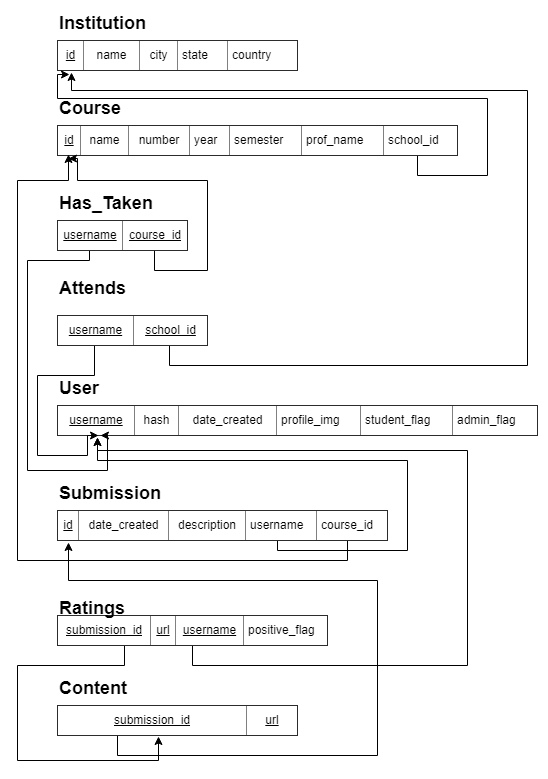
The draw.io diagram Relation_Set.png in Thomas-McKanna/CourseBin, before a commit. Source tidied: cells renumbered, new cells last; positions are measured from the earlier drawing's top-left corner, leaving out a move shared by most shapes.
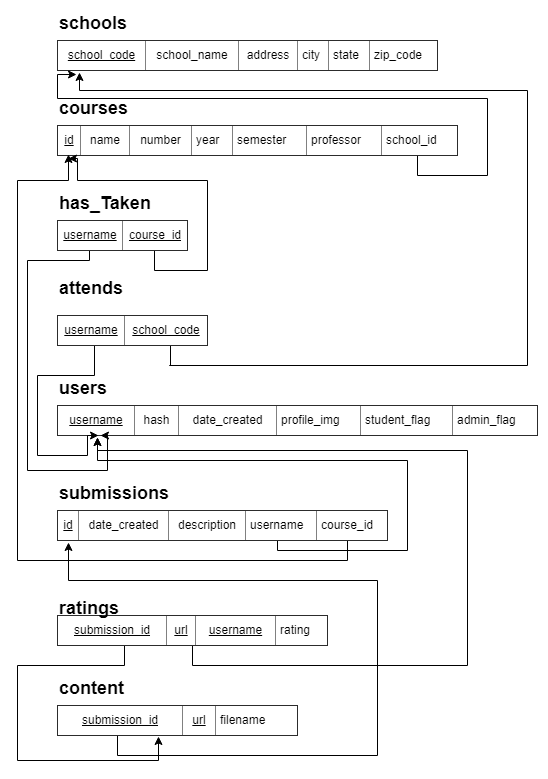
Later version of the same file.

Commit message:
Updated set of relations picture.

Change to the diagram source:
```diff
@@ -2,8 +2,8 @@
   <root>
     <mxCell id="0" />
     <mxCell id="1" parent="0" />
-    <mxCell id="2" value="&lt;table border=&quot;1&quot; width=&quot;100%&quot; style=&quot;width: 100% ; height: 100% ; border-collapse: collapse&quot; cellpadding=&quot;4&quot; align=&quot;center&quot;&gt;&lt;tbody&gt;&lt;tr&gt;&lt;td align=&quot;center&quot;&gt;&lt;u&gt;id&lt;/u&gt;&lt;/td&gt;&lt;td align=&quot;center&quot;&gt;name&lt;/td&gt;&lt;td align=&quot;center&quot;&gt;city&lt;/td&gt;&lt;td&gt;state&lt;/td&gt;&lt;td&gt;country&lt;/td&gt;&lt;/tr&gt;&lt;/tbody&gt;&lt;/table&gt;" style="text;html=1;strokeColor=none;fillColor=none;overflow=fill;" parent="1" vertex="1">
-      <mxGeometry x="40" y="30" width="240" height="30" as="geometry" />
+    <mxCell id="2" value="&lt;table border=&quot;1&quot; width=&quot;100%&quot; style=&quot;width: 100% ; height: 100% ; border-collapse: collapse&quot; cellpadding=&quot;4&quot; align=&quot;center&quot;&gt;&lt;tbody&gt;&lt;tr&gt;&lt;td align=&quot;center&quot;&gt;&lt;u&gt;school_code&lt;/u&gt;&lt;/td&gt;&lt;td align=&quot;center&quot;&gt;school_name&lt;/td&gt;&lt;td align=&quot;center&quot;&gt;address&lt;/td&gt;&lt;td&gt;city&lt;/td&gt;&lt;td&gt;state&lt;/td&gt;&lt;td&gt;zip_code&lt;/td&gt;&lt;/tr&gt;&lt;/tbody&gt;&lt;/table&gt;" style="text;html=1;strokeColor=none;fillColor=none;overflow=fill;" parent="1" vertex="1">
+      <mxGeometry x="40" y="30" width="380" height="30" as="geometry" />
     </mxCell>
     <mxCell id="3" style="edgeStyle=orthogonalEdgeStyle;rounded=0;jettySize=auto;html=1;exitX=0.75;exitY=1;exitDx=0;exitDy=0;entryX=0.051;entryY=1.122;entryDx=0;entryDy=0;entryPerimeter=0;" parent="1" edge="1" source="4" target="2">
       <mxGeometry relative="1" as="geometry">
@@ -17,19 +17,19 @@
         </Array>
       </mxGeometry>
     </mxCell>
-    <mxCell id="4" value="&lt;table border=&quot;1&quot; width=&quot;100%&quot; style=&quot;width: 100% ; height: 100% ; border-collapse: collapse&quot; cellpadding=&quot;4&quot; align=&quot;center&quot;&gt;&lt;tbody&gt;&lt;tr&gt;&lt;td align=&quot;center&quot;&gt;&lt;u&gt;id&lt;/u&gt;&lt;/td&gt;&lt;td align=&quot;center&quot;&gt;name&lt;/td&gt;&lt;td align=&quot;center&quot;&gt;number&lt;/td&gt;&lt;td&gt;year&lt;/td&gt;&lt;td&gt;semester&lt;/td&gt;&lt;td&gt;prof_name&lt;/td&gt;&lt;td&gt;school_id&lt;/td&gt;&lt;/tr&gt;&lt;/tbody&gt;&lt;/table&gt;" style="text;html=1;strokeColor=none;fillColor=none;overflow=fill;" parent="1" vertex="1">
+    <mxCell id="4" value="&lt;table border=&quot;1&quot; width=&quot;100%&quot; style=&quot;width: 100% ; height: 100% ; border-collapse: collapse&quot; cellpadding=&quot;4&quot; align=&quot;center&quot;&gt;&lt;tbody&gt;&lt;tr&gt;&lt;td align=&quot;center&quot;&gt;&lt;u&gt;id&lt;/u&gt;&lt;/td&gt;&lt;td align=&quot;center&quot;&gt;name&lt;/td&gt;&lt;td align=&quot;center&quot;&gt;number&lt;/td&gt;&lt;td&gt;year&lt;/td&gt;&lt;td&gt;semester&lt;/td&gt;&lt;td&gt;professor&lt;/td&gt;&lt;td&gt;school_id&lt;/td&gt;&lt;/tr&gt;&lt;/tbody&gt;&lt;/table&gt;" style="text;html=1;strokeColor=none;fillColor=none;overflow=fill;" parent="1" vertex="1">
       <mxGeometry x="40" y="115" width="400" height="30" as="geometry" />
     </mxCell>
-    <mxCell id="5" value="&lt;b&gt;&lt;font style=&quot;font-size: 18px&quot;&gt;Institution&lt;/font&gt;&lt;/b&gt;" style="text;html=1;align=left;verticalAlign=top;spacingTop=-4;" parent="1" vertex="1">
-      <mxGeometry x="40" width="100" height="20" as="geometry" />
+    <mxCell id="5" value="&lt;b&gt;&lt;font style=&quot;font-size: 18px&quot;&gt;schools&lt;/font&gt;&lt;/b&gt;" style="text;html=1;align=left;verticalAlign=top;spacingTop=-4;" parent="1" vertex="1">
+      <mxGeometry x="40" width="80" height="20" as="geometry" />
     </mxCell>
-    <mxCell id="6" value="&lt;b&gt;&lt;font style=&quot;font-size: 18px&quot;&gt;Course&lt;/font&gt;&lt;/b&gt;" style="text;html=1;align=left;verticalAlign=top;spacingTop=-4;" parent="1" vertex="1">
+    <mxCell id="6" value="&lt;b&gt;&lt;font style=&quot;font-size: 18px&quot;&gt;courses&lt;/font&gt;&lt;/b&gt;" style="text;html=1;align=left;verticalAlign=top;spacingTop=-4;" parent="1" vertex="1">
       <mxGeometry x="40" y="85" width="80" height="20" as="geometry" />
     </mxCell>
     <mxCell id="7" value="&lt;table border=&quot;1&quot; width=&quot;100%&quot; style=&quot;width: 100% ; height: 100% ; border-collapse: collapse&quot; cellpadding=&quot;4&quot; align=&quot;center&quot;&gt;&lt;tbody&gt;&lt;tr&gt;&lt;td align=&quot;center&quot;&gt;&lt;u&gt;username&lt;/u&gt;&lt;/td&gt;&lt;td align=&quot;center&quot;&gt;hash&lt;/td&gt;&lt;td align=&quot;center&quot;&gt;date_created&lt;br&gt;&lt;/td&gt;&lt;td&gt;profile_img&lt;br&gt;&lt;/td&gt;&lt;td&gt;student_flag&lt;/td&gt;&lt;td&gt;admin_flag&lt;/td&gt;&lt;/tr&gt;&lt;/tbody&gt;&lt;/table&gt;" style="text;html=1;strokeColor=none;fillColor=none;overflow=fill;" parent="1" vertex="1">
       <mxGeometry x="40" y="395" width="480" height="30" as="geometry" />
     </mxCell>
-    <mxCell id="8" value="&lt;b&gt;&lt;font style=&quot;font-size: 18px&quot;&gt;User&lt;/font&gt;&lt;/b&gt;" style="text;html=1;align=left;verticalAlign=top;spacingTop=-4;" parent="1" vertex="1">
+    <mxCell id="8" value="&lt;b&gt;&lt;font style=&quot;font-size: 18px&quot;&gt;users&lt;/font&gt;&lt;/b&gt;" style="text;html=1;align=left;verticalAlign=top;spacingTop=-4;" parent="1" vertex="1">
       <mxGeometry x="40" y="365" width="60" height="20" as="geometry" />
     </mxCell>
     <mxCell id="9" style="edgeStyle=orthogonalEdgeStyle;rounded=0;jettySize=auto;html=1;exitX=0.75;exitY=1;exitDx=0;exitDy=0;entryX=0.083;entryY=1.069;entryDx=0;entryDy=0;entryPerimeter=0;" parent="1" edge="1" source="11" target="7">
@@ -57,8 +57,8 @@
     <mxCell id="11" value="&lt;table border=&quot;1&quot; width=&quot;100%&quot; style=&quot;width: 100% ; height: 100% ; border-collapse: collapse&quot; cellpadding=&quot;4&quot; align=&quot;center&quot;&gt;&lt;tbody&gt;&lt;tr&gt;&lt;td align=&quot;center&quot;&gt;&lt;u&gt;id&lt;/u&gt;&lt;/td&gt;&lt;td align=&quot;center&quot;&gt;date_created&lt;/td&gt;&lt;td align=&quot;center&quot;&gt;description&lt;/td&gt;&lt;td&gt;username&lt;/td&gt;&lt;td&gt;course_id&lt;/td&gt;&lt;/tr&gt;&lt;/tbody&gt;&lt;/table&gt;&lt;br&gt;" style="text;html=1;strokeColor=none;fillColor=none;overflow=fill;" parent="1" vertex="1">
       <mxGeometry x="40" y="500" width="330" height="30" as="geometry" />
     </mxCell>
-    <mxCell id="12" value="&lt;b&gt;&lt;font style=&quot;font-size: 18px&quot;&gt;Submission&lt;/font&gt;&lt;/b&gt;" style="text;html=1;align=left;verticalAlign=top;spacingTop=-4;" parent="1" vertex="1">
-      <mxGeometry x="40" y="470" width="120" height="20" as="geometry" />
+    <mxCell id="12" value="&lt;b&gt;&lt;font style=&quot;font-size: 18px&quot;&gt;submissions&lt;/font&gt;&lt;/b&gt;" style="text;html=1;align=left;verticalAlign=top;spacingTop=-4;" parent="1" vertex="1">
+      <mxGeometry x="40" y="470" width="130" height="20" as="geometry" />
     </mxCell>
     <mxCell id="13" style="edgeStyle=orthogonalEdgeStyle;rounded=0;jettySize=auto;html=1;exitX=0.25;exitY=1;exitDx=0;exitDy=0;entryX=0.032;entryY=1.067;entryDx=0;entryDy=0;entryPerimeter=0;" parent="1" edge="1" source="14" target="11">
       <mxGeometry relative="1" as="geometry">
@@ -70,10 +70,10 @@
         </Array>
       </mxGeometry>
     </mxCell>
-    <mxCell id="14" value="&lt;table border=&quot;1&quot; width=&quot;100%&quot; style=&quot;width: 100% ; height: 100% ; border-collapse: collapse&quot; cellpadding=&quot;4&quot; align=&quot;center&quot;&gt;&lt;tbody&gt;&lt;tr&gt;&lt;td align=&quot;center&quot;&gt;&lt;u&gt;submission_id&lt;/u&gt;&lt;/td&gt;&lt;td align=&quot;center&quot;&gt;&lt;u&gt;url&lt;/u&gt;&lt;/td&gt;&lt;/tr&gt;&lt;/tbody&gt;&lt;/table&gt;" style="text;html=1;strokeColor=none;fillColor=none;overflow=fill;" parent="1" vertex="1">
+    <mxCell id="14" value="&lt;table border=&quot;1&quot; width=&quot;100%&quot; style=&quot;width: 100% ; height: 100% ; border-collapse: collapse&quot; cellpadding=&quot;4&quot; align=&quot;center&quot;&gt;&lt;tbody&gt;&lt;tr&gt;&lt;td align=&quot;center&quot;&gt;&lt;u&gt;submission_id&lt;/u&gt;&lt;/td&gt;&lt;td align=&quot;center&quot;&gt;&lt;u&gt;url&lt;/u&gt;&lt;/td&gt;&lt;td&gt;filename&lt;/td&gt;&lt;/tr&gt;&lt;/tbody&gt;&lt;/table&gt;" style="text;html=1;strokeColor=none;fillColor=none;overflow=fill;" parent="1" vertex="1">
       <mxGeometry x="40" y="695" width="240" height="30" as="geometry" />
     </mxCell>
-    <mxCell id="15" value="&lt;b&gt;&lt;font style=&quot;font-size: 18px&quot;&gt;Content&lt;/font&gt;&lt;/b&gt;" style="text;html=1;align=left;verticalAlign=top;spacingTop=-4;" parent="1" vertex="1">
+    <mxCell id="15" value="&lt;b&gt;&lt;font style=&quot;font-size: 18px&quot;&gt;content&lt;/font&gt;&lt;/b&gt;" style="text;html=1;align=left;verticalAlign=top;spacingTop=-4;" parent="1" vertex="1">
       <mxGeometry x="40" y="665" width="80" height="20" as="geometry" />
     </mxCell>
     <mxCell id="16" style="edgeStyle=orthogonalEdgeStyle;rounded=0;jettySize=auto;html=1;exitX=0.25;exitY=1;exitDx=0;exitDy=0;entryX=0.422;entryY=1.039;entryDx=0;entryDy=0;entryPerimeter=0;" parent="1" edge="1" source="18" target="14">
@@ -96,10 +96,10 @@
         </Array>
       </mxGeometry>
     </mxCell>
-    <mxCell id="18" value="&lt;table border=&quot;1&quot; width=&quot;100%&quot; style=&quot;width: 100% ; height: 100% ; border-collapse: collapse&quot; cellpadding=&quot;4&quot; align=&quot;center&quot;&gt;&lt;tbody&gt;&lt;tr&gt;&lt;td align=&quot;center&quot;&gt;&lt;u&gt;submission_id&lt;/u&gt;&lt;/td&gt;&lt;td align=&quot;center&quot;&gt;&lt;u&gt;url&lt;/u&gt;&lt;/td&gt;&lt;td align=&quot;center&quot;&gt;&lt;u&gt;username&lt;/u&gt;&lt;/td&gt;&lt;td&gt;positive_flag&lt;/td&gt;&lt;/tr&gt;&lt;/tbody&gt;&lt;/table&gt;" style="text;html=1;strokeColor=none;fillColor=none;overflow=fill;" parent="1" vertex="1">
+    <mxCell id="18" value="&lt;table border=&quot;1&quot; width=&quot;100%&quot; style=&quot;width: 100% ; height: 100% ; border-collapse: collapse&quot; cellpadding=&quot;4&quot; align=&quot;center&quot;&gt;&lt;tbody&gt;&lt;tr&gt;&lt;td align=&quot;center&quot;&gt;&lt;u&gt;submission_id&lt;/u&gt;&lt;/td&gt;&lt;td align=&quot;center&quot;&gt;&lt;u&gt;url&lt;/u&gt;&lt;/td&gt;&lt;td align=&quot;center&quot;&gt;&lt;u&gt;username&lt;/u&gt;&lt;/td&gt;&lt;td&gt;rating&lt;/td&gt;&lt;/tr&gt;&lt;/tbody&gt;&lt;/table&gt;" style="text;html=1;strokeColor=none;fillColor=none;overflow=fill;" parent="1" vertex="1">
       <mxGeometry x="40" y="605" width="270" height="30" as="geometry" />
     </mxCell>
-    <mxCell id="19" value="&lt;b&gt;&lt;font style=&quot;font-size: 18px&quot;&gt;Ratings&lt;/font&gt;&lt;/b&gt;" style="text;html=1;align=left;verticalAlign=top;spacingTop=-4;" parent="1" vertex="1">
+    <mxCell id="19" value="&lt;b&gt;&lt;font style=&quot;font-size: 18px&quot;&gt;ratings&lt;/font&gt;&lt;/b&gt;" style="text;html=1;align=left;verticalAlign=top;spacingTop=-4;" parent="1" vertex="1">
       <mxGeometry x="40" y="585" width="80" height="20" as="geometry" />
     </mxCell>
     <mxCell id="20" style="edgeStyle=orthogonalEdgeStyle;rounded=0;jettySize=auto;html=1;exitX=0.25;exitY=1;exitDx=0;exitDy=0;entryX=0.085;entryY=1;entryDx=0;entryDy=0;entryPerimeter=0;" parent="1" edge="1" source="22" target="7">
@@ -123,10 +123,10 @@
         </Array>
       </mxGeometry>
     </mxCell>
-    <mxCell id="22" value="&lt;table border=&quot;1&quot; width=&quot;100%&quot; style=&quot;width: 100% ; height: 100% ; border-collapse: collapse&quot; cellpadding=&quot;4&quot; align=&quot;center&quot;&gt;&lt;tbody&gt;&lt;tr&gt;&lt;td align=&quot;center&quot;&gt;&lt;u&gt;username&lt;/u&gt;&lt;br&gt;&lt;/td&gt;&lt;td align=&quot;center&quot;&gt;&lt;u&gt;school_id&lt;/u&gt;&lt;/td&gt;&lt;/tr&gt;&lt;/tbody&gt;&lt;/table&gt;" style="text;html=1;strokeColor=none;fillColor=none;overflow=fill;" parent="1" vertex="1">
+    <mxCell id="22" value="&lt;table border=&quot;1&quot; width=&quot;100%&quot; style=&quot;width: 100% ; height: 100% ; border-collapse: collapse&quot; cellpadding=&quot;4&quot; align=&quot;center&quot;&gt;&lt;tbody&gt;&lt;tr&gt;&lt;td align=&quot;center&quot;&gt;&lt;u&gt;username&lt;/u&gt;&lt;br&gt;&lt;/td&gt;&lt;td align=&quot;center&quot;&gt;&lt;u&gt;school_code&lt;/u&gt;&lt;/td&gt;&lt;/tr&gt;&lt;/tbody&gt;&lt;/table&gt;" style="text;html=1;strokeColor=none;fillColor=none;overflow=fill;" parent="1" vertex="1">
       <mxGeometry x="40" y="305" width="150" height="30" as="geometry" />
     </mxCell>
-    <mxCell id="23" value="&lt;b&gt;&lt;font style=&quot;font-size: 18px&quot;&gt;Attends&lt;br&gt;&lt;br&gt;&lt;/font&gt;&lt;/b&gt;" style="text;html=1;align=left;verticalAlign=top;spacingTop=-4;" parent="1" vertex="1">
+    <mxCell id="23" value="&lt;b&gt;&lt;font style=&quot;font-size: 18px&quot;&gt;attends&lt;br&gt;&lt;br&gt;&lt;/font&gt;&lt;/b&gt;" style="text;html=1;align=left;verticalAlign=top;spacingTop=-4;" parent="1" vertex="1">
       <mxGeometry x="40" y="265" width="80" height="30" as="geometry" />
     </mxCell>
     <mxCell id="24" style="edgeStyle=orthogonalEdgeStyle;rounded=0;jettySize=auto;html=1;exitX=0.25;exitY=1;exitDx=0;exitDy=0;entryX=0.09;entryY=1.011;entryDx=0;entryDy=0;entryPerimeter=0;" parent="1" edge="1" source="26" target="7">
@@ -154,7 +154,7 @@
     <mxCell id="26" value="&lt;table border=&quot;1&quot; width=&quot;100%&quot; style=&quot;width: 100% ; height: 100% ; border-collapse: collapse&quot; cellpadding=&quot;4&quot; align=&quot;center&quot;&gt;&lt;tbody&gt;&lt;tr&gt;&lt;td align=&quot;center&quot;&gt;&lt;u&gt;username&lt;/u&gt;&lt;/td&gt;&lt;td align=&quot;center&quot;&gt;&lt;u&gt;course_id&lt;/u&gt;&lt;/td&gt;&lt;/tr&gt;&lt;/tbody&gt;&lt;/table&gt;" style="text;html=1;strokeColor=none;fillColor=none;overflow=fill;" parent="1" vertex="1">
       <mxGeometry x="40" y="210" width="130" height="30" as="geometry" />
     </mxCell>
-    <mxCell id="27" value="&lt;b&gt;&lt;font style=&quot;font-size: 18px&quot;&gt;Has_Taken&lt;/font&gt;&lt;/b&gt;" style="text;html=1;align=left;verticalAlign=top;spacingTop=-4;" parent="1" vertex="1">
+    <mxCell id="27" value="&lt;b&gt;&lt;font style=&quot;font-size: 18px&quot;&gt;has_Taken&lt;/font&gt;&lt;/b&gt;" style="text;html=1;align=left;verticalAlign=top;spacingTop=-4;" parent="1" vertex="1">
       <mxGeometry x="40" y="180" width="110" height="20" as="geometry" />
     </mxCell>
   </root>
```
